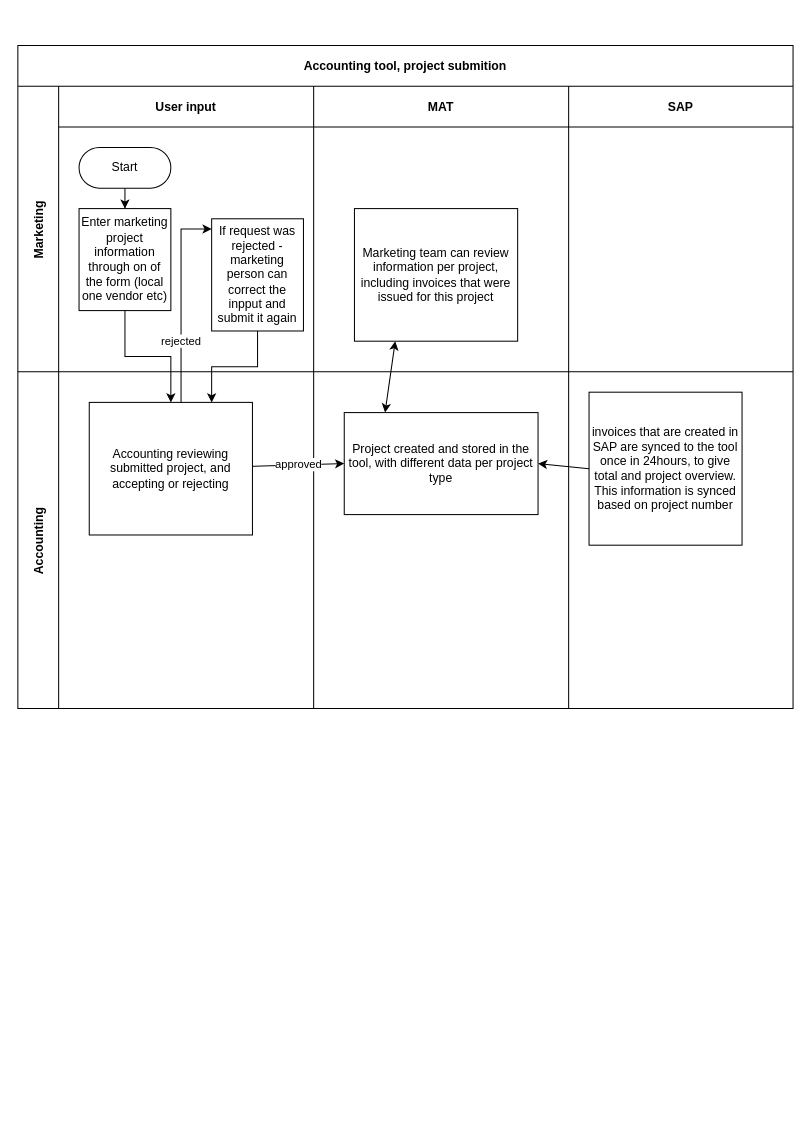
The draw.io diagram Untitled Diagram.drawio in ArtemZan/formiks, before the edit. Source tidied: cells renumbered, new cells numbered last; positions are measured from the earlier drawing's top-left corner, leaving out a move shared by most shapes. Both pictures are drawn from the tidied source at 102%, with x=0, y=0 at pixel (17, 45).
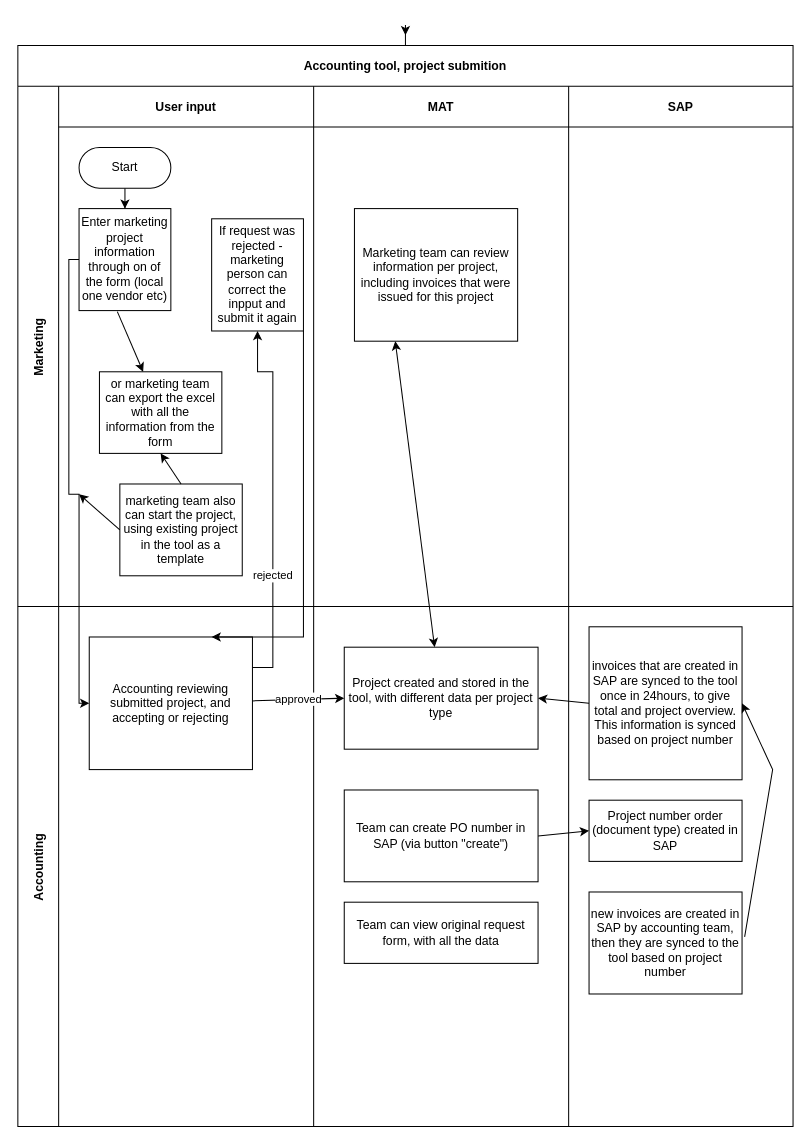
After the change.

Commit message:
Data flow in MAT.drawio

The change refers to these unchanged cells:
```xml
<mxCell id="8" value="Enter marketing project information through on of the form (local one vendor etc)" style="rounded=0;whiteSpace=wrap;html=1;" parent="5" vertex="1">
  <mxGeometry x="20" y="120" width="90" height="100" as="geometry" />
</mxCell>
<mxCell id="9" value="If request was rejected - marketing person can correct the inpput and submit it again" style="rounded=0;whiteSpace=wrap;html=1;" parent="5" vertex="1">
  <mxGeometry x="150" y="130" width="90" height="110" as="geometry" />
</mxCell>
<mxCell id="11" value="Marketing team can review information per project, including invoices that were issued for this project" style="rounded=0;whiteSpace=wrap;html=1;" parent="10" vertex="1">
  <mxGeometry x="40" y="120" width="160" height="130" as="geometry" />
</mxCell>
<mxCell id="15" value="Accounting reviewing submitted project, and accepting or rejecting" style="rounded=0;whiteSpace=wrap;html=1;" parent="14" vertex="1">
  <mxGeometry x="30" y="30" width="160" height="130" as="geometry" />
</mxCell>
<mxCell id="17" value="Project created and stored in the tool, with different data per project type" style="whiteSpace=wrap;html=1;" parent="16" vertex="1">
  <mxGeometry x="30" y="40" width="190" height="100" as="geometry" />
</mxCell>
<mxCell id="19" value="invoices that are created in SAP are synced to the tool once in 24hours, to give total and project overview. This information is synced based on project number" style="whiteSpace=wrap;html=1;" parent="18" vertex="1">
  <mxGeometry x="20" y="20" width="150" height="150" as="geometry" />
</mxCell>
```

What changed in the source:
```diff
@@
+    <mxCell id="25" style="edgeStyle=orthogonalEdgeStyle;rounded=0;jettySize=auto;html=1;" parent="1" edge="1" source="2">
+      <mxGeometry relative="1" as="geometry">
+        <mxPoint x="380" y="-10" as="targetPoint" />
+      </mxGeometry>
+    </mxCell>
     <mxCell id="2" value="Accounting tool, project submition" style="shape=table;childLayout=tableLayout;startSize=40;fillColor=none;fontStyle=1;" parent="1" vertex="1">
-      <mxGeometry width="760" height="650" as="geometry" />
+      <mxGeometry width="760" height="1060" as="geometry" />
     </mxCell>
     <mxCell id="3" style="edgeStyle=orthogonalEdgeStyle;rounded=0;jettySize=auto;html=1;" parent="2" edge="1" source="8" target="15">
-      <mxGeometry relative="1" as="geometry" />
+      <mxGeometry relative="1" as="geometry">
+        <Array as="points">
+          <mxPoint x="50" y="210" />
+          <mxPoint x="50" y="440" />
+          <mxPoint x="60" y="440" />
+          <mxPoint x="60" y="645" />
+        </Array>
+      </mxGeometry>
     </mxCell>
     <mxCell id="4" value="Marketing" style="shape=tableRow;horizontal=0;swimlaneHead=0;swimlaneBody=0;top=0;left=0;bottom=0;right=0;fillColor=none;startSize=40;fontStyle=1;" parent="2" vertex="1">
-      <mxGeometry y="40" width="760" height="280" as="geometry" />
+      <mxGeometry y="40" width="760" height="510" as="geometry" />
     </mxCell>
     <mxCell id="5" value="User input" style="swimlane;swimlaneHead=0;swimlaneBody=0;fillColor=none;startSize=40;fontStyle=1;" parent="4" vertex="1">
-      <mxGeometry x="40" width="250" height="280" as="geometry" />
+      <mxGeometry x="40" width="250" height="510" as="geometry" />
     </mxCell>
@@
+    <mxCell id="26" value="marketing team also can start the project, using existing project in the tool as a template" style="rounded=0;whiteSpace=wrap;html=1;" parent="5" vertex="1">
+      <mxGeometry x="60" y="390" width="120" height="90" as="geometry" />
+    </mxCell>
+    <mxCell id="27" value="or marketing team can export the excel with all the information from the form" style="rounded=0;whiteSpace=wrap;html=1;" parent="5" vertex="1">
+      <mxGeometry x="40" y="280" width="120" height="80" as="geometry" />
+    </mxCell>
+    <mxCell id="28" style="endArrow=classic;html=1;rounded=0;exitX=0.417;exitY=1.01;exitDx=0;exitDy=0;exitPerimeter=0;" parent="5" edge="1" source="8" target="27">
+      <mxGeometry relative="1" as="geometry" />
+    </mxCell>
+    <mxCell id="29" style="endArrow=classic;html=1;rounded=0;exitX=0.5;exitY=0;exitDx=0;exitDy=0;entryX=0.5;entryY=1;entryDx=0;entryDy=0;" parent="5" edge="1" source="26" target="27">
+      <mxGeometry relative="1" as="geometry" />
+    </mxCell>
     <mxCell id="10" value="MAT" style="swimlane;swimlaneHead=0;swimlaneBody=0;fillColor=none;startSize=40;fontStyle=1;" parent="4" vertex="1">
-      <mxGeometry x="290" width="250" height="280" as="geometry" />
+      <mxGeometry x="290" width="250" height="510" as="geometry" />
     </mxCell>
@@
     <mxCell id="12" value="SAP" style="swimlane;swimlaneHead=0;swimlaneBody=0;fillColor=none;startSize=40;fontStyle=1;" parent="4" vertex="1">
-      <mxGeometry x="540" width="220" height="280" as="geometry" />
+      <mxGeometry x="540" width="220" height="510" as="geometry" />
     </mxCell>
     <mxCell id="13" value="Accounting" style="shape=tableRow;horizontal=0;swimlaneHead=0;swimlaneBody=0;top=0;left=0;bottom=0;right=0;fillColor=none;startSize=40;fontStyle=1;" parent="2" vertex="1">
-      <mxGeometry y="320" width="760" height="330" as="geometry" />
+      <mxGeometry y="550" width="760" height="510" as="geometry" />
     </mxCell>
     <mxCell id="14" style="swimlane;swimlaneHead=0;swimlaneBody=0;fillColor=none;startSize=0;fontStyle=1;" parent="13" vertex="1">
-      <mxGeometry x="40" width="250" height="330" as="geometry" />
+      <mxGeometry x="40" width="250" height="510" as="geometry" />
     </mxCell>
@@
     <mxCell id="16" style="swimlane;swimlaneHead=0;swimlaneBody=0;fillColor=none;startSize=0;fontStyle=1;" parent="13" vertex="1">
-      <mxGeometry x="290" width="250" height="330" as="geometry" />
+      <mxGeometry x="290" width="250" height="510" as="geometry" />
     </mxCell>
@@
+    <mxCell id="30" value="Team can create PO number in SAP (via button &quot;create&quot;)" style="rounded=0;whiteSpace=wrap;html=1;" parent="16" vertex="1">
+      <mxGeometry x="30" y="180" width="190" height="90" as="geometry" />
+    </mxCell>
+    <mxCell id="31" value="Team can view original request form, with all the data" style="rounded=0;whiteSpace=wrap;html=1;" parent="16" vertex="1">
+      <mxGeometry x="30" y="290" width="190" height="60" as="geometry" />
+    </mxCell>
     <mxCell id="18" style="swimlane;swimlaneHead=0;swimlaneBody=0;fillColor=none;startSize=0;fontStyle=1;" parent="13" vertex="1">
-      <mxGeometry x="540" width="220" height="330" as="geometry" />
+      <mxGeometry x="540" width="220" height="510" as="geometry" />
     </mxCell>
@@
+    <mxCell id="32" value="Project number order (document type) created in SAP" style="rounded=0;whiteSpace=wrap;html=1;" parent="18" vertex="1">
+      <mxGeometry x="20" y="190" width="150" height="60" as="geometry" />
+    </mxCell>
+    <mxCell id="33" value="new invoices are created in SAP by accounting team, then they are synced to the tool based on project number" style="rounded=0;whiteSpace=wrap;html=1;" parent="18" vertex="1">
+      <mxGeometry x="20" y="280" width="150" height="100" as="geometry" />
+    </mxCell>
+    <mxCell id="34" style="endArrow=classic;html=1;rounded=0;exitX=1.017;exitY=0.44;exitDx=0;exitDy=0;exitPerimeter=0;entryX=1;entryY=0.5;entryDx=0;entryDy=0;" parent="18" edge="1" source="33" target="19">
+      <mxGeometry relative="1" as="geometry">
+        <Array as="points">
+          <mxPoint x="200" y="160" />
+        </Array>
+      </mxGeometry>
+    </mxCell>
@@
+    <mxCell id="24" value="approved" style="endArrow=classic;html=1;rounded=0;entryX=0;entryY=0.5;entryDx=0;entryDy=0;" parent="13" edge="1" source="15" target="17">
+      <mxGeometry relative="1" as="geometry" />
+    </mxCell>
+    <mxCell id="35" style="endArrow=classic;html=1;rounded=0;exitX=1;exitY=0.5;exitDx=0;exitDy=0;entryX=0;entryY=0.5;entryDx=0;entryDy=0;" parent="13" edge="1" source="30" target="32">
+      <mxGeometry relative="1" as="geometry" />
+    </mxCell>
     <mxCell id="21" value="rejected" style="edgeStyle=orthogonalEdgeStyle;rounded=0;jettySize=auto;html=1;" parent="2" edge="1" source="15" target="9">
       <mxGeometry x="-0.4" relative="1" as="geometry">
         <Array as="points">
-          <mxPoint x="160" y="360" />
-          <mxPoint x="160" y="180" />
+          <mxPoint x="250" y="610" />
+          <mxPoint x="250" y="320" />
+          <mxPoint x="235" y="320" />
         </Array>
       </mxGeometry>
     </mxCell>
     <mxCell id="22" style="edgeStyle=orthogonalEdgeStyle;rounded=0;jettySize=auto;html=1;entryX=0.75;entryY=0;entryDx=0;entryDy=0;" parent="2" edge="1" source="9" target="15">
-      <mxGeometry relative="1" as="geometry" />
+      <mxGeometry relative="1" as="geometry">
+        <Array as="points">
+          <mxPoint x="280" y="580" />
+        </Array>
+      </mxGeometry>
     </mxCell>
-    <mxCell id="23" style="endArrow=classic;startArrow=classic;html=1;rounded=0;entryX=0.25;entryY=1;entryDx=0;entryDy=0;exitX=0.25;exitY=0;exitDx=0;exitDy=0;" parent="2" edge="1" target="11">
-      <mxGeometry relative="1" as="geometry">
-        <mxPoint x="360" y="360" as="sourcePoint" />
-      </mxGeometry>
+    <mxCell id="23" style="endArrow=classic;startArrow=classic;html=1;rounded=0;entryX=0.25;entryY=1;entryDx=0;entryDy=0;" parent="2" edge="1" source="17" target="11">
+      <mxGeometry relative="1" as="geometry" />
     </mxCell>
-    <mxCell id="24" value="approved" style="endArrow=classic;html=1;rounded=0;" parent="1" edge="1" source="15">
-      <mxGeometry relative="1" as="geometry">
-        <mxPoint x="320" y="410" as="targetPoint" />
-      </mxGeometry>
-    </mxCell>
+    <mxCell id="36" style="endArrow=classic;html=1;rounded=0;exitX=0;exitY=0.5;exitDx=0;exitDy=0;" parent="1" edge="1" source="26">
+      <mxGeometry relative="1" as="geometry">
+        <mxPoint x="60" y="440" as="targetPoint" />
+      </mxGeometry>
+    </mxCell>
```
